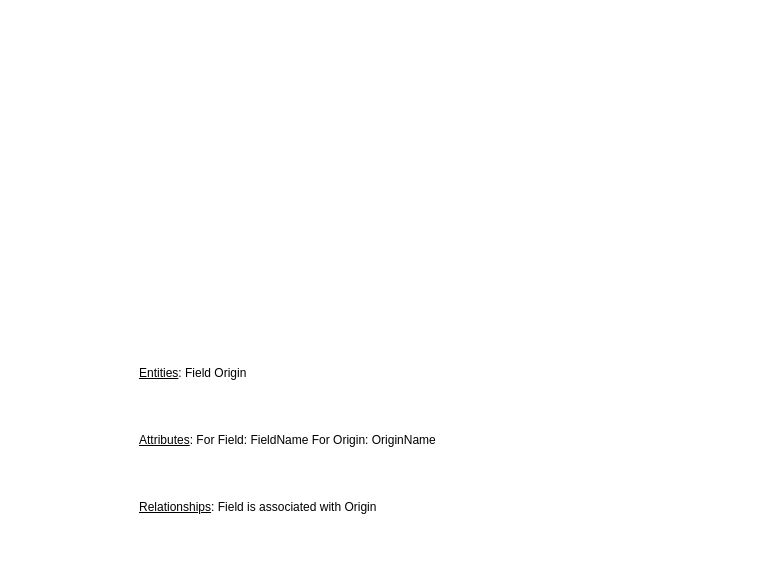
Earlier version of the draw.io diagram Diagramme sans nom.drawio (Madeleine-star/Madeleine-star). Source tidied: cells renumbered, new cells numbered last; positions are measured from the earlier drawing's top-left corner, leaving out a move shared by most shapes. Both pictures are drawn from the tidied source at 100%, with x=0, y=0 at pixel (137, 347).
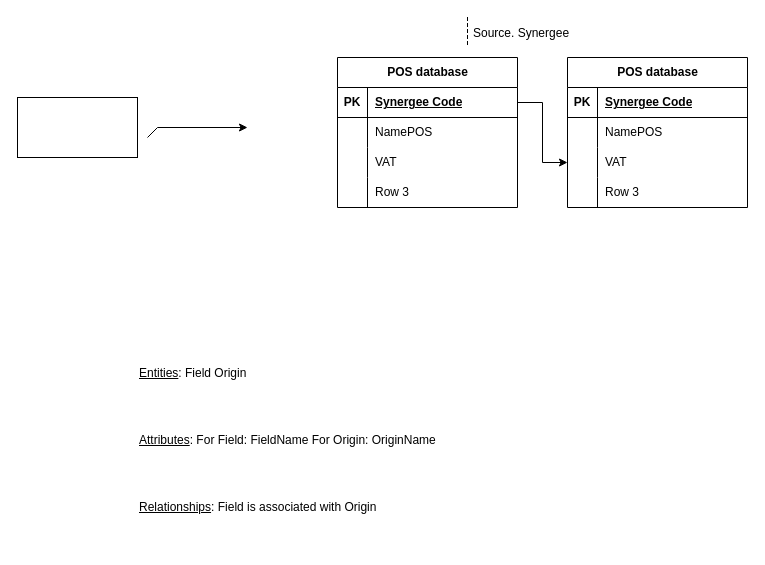
The same diagram, later.

Commit message:
Mettre à jour Diagramme sans nom.drawio

Change to the diagram source:
```diff
@@
+    <mxCell id="3" style="rounded=0;whiteSpace=wrap;html=1;" parent="1" vertex="1">
+      <mxGeometry x="-120" y="-250" width="120" height="60" as="geometry" />
+    </mxCell>
+    <mxCell id="4" style="endArrow=classic;html=1;rounded=0;" parent="1" edge="1">
+      <mxGeometry relative="1" as="geometry">
+        <mxPoint x="10" y="-210" as="sourcePoint" />
+        <mxPoint x="110" y="-220" as="targetPoint" />
+        <Array as="points">
+          <mxPoint x="20" y="-220" />
+        </Array>
+      </mxGeometry>
+    </mxCell>
+    <mxCell id="5" value="POS database" style="shape=table;startSize=30;childLayout=tableLayout;rowLines=0;fontStyle=1;align=center;html=1;" parent="1" vertex="1">
+      <mxGeometry x="200" y="-290" width="180" height="150" as="geometry" />
+    </mxCell>
+    <mxCell id="6" style="shape=tableRow;horizontal=0;startSize=0;swimlaneHead=0;swimlaneBody=0;fillColor=none;points=[[0,0.5],[1,0.5]];portConstraint=eastwest;top=0;left=0;right=0;bottom=1;" parent="5" vertex="1">
+      <mxGeometry y="30" width="180" height="30" as="geometry" />
+    </mxCell>
+    <mxCell id="7" value="PK" style="shape=partialRectangle;fillColor=none;top=0;left=0;bottom=0;right=0;fontStyle=1;overflow=hidden;whiteSpace=wrap;html=1;" parent="6" vertex="1">
+      <mxGeometry width="30" height="30" as="geometry" />
+    </mxCell>
+    <mxCell id="8" value="Synergee Code" style="shape=partialRectangle;fillColor=none;top=0;left=0;bottom=0;right=0;align=left;spacingLeft=6;fontStyle=5;overflow=hidden;whiteSpace=wrap;html=1;" parent="6" vertex="1">
+      <mxGeometry x="30" width="150" height="30" as="geometry" />
+    </mxCell>
+    <mxCell id="9" style="shape=tableRow;horizontal=0;startSize=0;swimlaneHead=0;swimlaneBody=0;fillColor=none;top=0;left=0;right=0;bottom=0;" parent="5" vertex="1">
+      <mxGeometry y="60" width="180" height="30" as="geometry" />
+    </mxCell>
+    <mxCell id="10" style="shape=partialRectangle;fillColor=none;top=0;left=0;bottom=0;right=0;overflow=hidden;whiteSpace=wrap;html=1;" parent="9" vertex="1">
+      <mxGeometry width="30" height="30" as="geometry" />
+    </mxCell>
+    <mxCell id="11" value="NamePOS" style="shape=partialRectangle;fillColor=none;top=0;left=0;bottom=0;right=0;align=left;spacingLeft=6;overflow=hidden;whiteSpace=wrap;html=1;" parent="9" vertex="1">
+      <mxGeometry x="30" width="150" height="30" as="geometry" />
+    </mxCell>
+    <mxCell id="12" style="shape=tableRow;horizontal=0;startSize=0;swimlaneHead=0;swimlaneBody=0;fillColor=none;top=0;left=0;right=0;bottom=0;" parent="5" vertex="1">
+      <mxGeometry y="90" width="180" height="30" as="geometry" />
+    </mxCell>
+    <mxCell id="13" style="shape=partialRectangle;fillColor=none;top=0;left=0;bottom=0;right=0;overflow=hidden;whiteSpace=wrap;html=1;" parent="12" vertex="1">
+      <mxGeometry width="30" height="30" as="geometry" />
+    </mxCell>
+    <mxCell id="14" value="VAT" style="shape=partialRectangle;fillColor=none;top=0;left=0;bottom=0;right=0;align=left;spacingLeft=6;overflow=hidden;whiteSpace=wrap;html=1;" parent="12" vertex="1">
+      <mxGeometry x="30" width="150" height="30" as="geometry" />
+    </mxCell>
+    <mxCell id="15" style="shape=tableRow;horizontal=0;startSize=0;swimlaneHead=0;swimlaneBody=0;fillColor=none;top=0;left=0;right=0;bottom=0;" parent="5" vertex="1">
+      <mxGeometry y="120" width="180" height="30" as="geometry" />
+    </mxCell>
+    <mxCell id="16" style="shape=partialRectangle;fillColor=none;top=0;left=0;bottom=0;right=0;overflow=hidden;whiteSpace=wrap;html=1;" parent="15" vertex="1">
+      <mxGeometry width="30" height="30" as="geometry" />
+    </mxCell>
+    <mxCell id="17" value="Row 3" style="shape=partialRectangle;fillColor=none;top=0;left=0;bottom=0;right=0;align=left;spacingLeft=6;overflow=hidden;whiteSpace=wrap;html=1;" parent="15" vertex="1">
+      <mxGeometry x="30" width="150" height="30" as="geometry" />
+    </mxCell>
+    <mxCell id="18" value="Source. Synergee" style="shape=partialRectangle;fillColor=none;align=left;verticalAlign=middle;strokeColor=none;spacingLeft=34;" parent="1" vertex="1">
+      <mxGeometry x="300" y="-330" width="90" height="30" as="geometry" />
+    </mxCell>
+    <mxCell id="19" style="shape=partialRectangle;top=0;left=0;bottom=0;fillColor=none;stokeWidth=1;dashed=1;align=left;verticalAlign=middle;spacingLeft=4;spacingRight=4;overflow=hidden;" parent="18" vertex="1">
+      <mxGeometry width="30" height="30" as="geometry" />
+    </mxCell>
+    <mxCell id="20" value="POS database" style="shape=table;startSize=30;childLayout=tableLayout;rowLines=0;fontStyle=1;align=center;html=1;" parent="1" vertex="1">
+      <mxGeometry x="430" y="-290" width="180" height="150" as="geometry" />
+    </mxCell>
+    <mxCell id="21" style="shape=tableRow;horizontal=0;startSize=0;swimlaneHead=0;swimlaneBody=0;fillColor=none;top=0;left=0;right=0;bottom=1;" parent="20" vertex="1">
+      <mxGeometry y="30" width="180" height="30" as="geometry" />
+    </mxCell>
+    <mxCell id="22" value="PK" style="shape=partialRectangle;fillColor=none;top=0;left=0;bottom=0;right=0;fontStyle=1;overflow=hidden;whiteSpace=wrap;html=1;" parent="21" vertex="1">
+      <mxGeometry width="30" height="30" as="geometry" />
+    </mxCell>
+    <mxCell id="23" value="Synergee Code" style="shape=partialRectangle;fillColor=none;top=0;left=0;bottom=0;right=0;align=left;spacingLeft=6;fontStyle=5;overflow=hidden;whiteSpace=wrap;html=1;" parent="21" vertex="1">
+      <mxGeometry x="30" width="150" height="30" as="geometry" />
+    </mxCell>
+    <mxCell id="24" style="shape=tableRow;horizontal=0;startSize=0;swimlaneHead=0;swimlaneBody=0;fillColor=none;top=0;left=0;right=0;bottom=0;" parent="20" vertex="1">
+      <mxGeometry y="60" width="180" height="30" as="geometry" />
+    </mxCell>
+    <mxCell id="25" style="shape=partialRectangle;fillColor=none;top=0;left=0;bottom=0;right=0;overflow=hidden;whiteSpace=wrap;html=1;" parent="24" vertex="1">
+      <mxGeometry width="30" height="30" as="geometry" />
+    </mxCell>
+    <mxCell id="26" value="NamePOS" style="shape=partialRectangle;fillColor=none;top=0;left=0;bottom=0;right=0;align=left;spacingLeft=6;overflow=hidden;whiteSpace=wrap;html=1;" parent="24" vertex="1">
+      <mxGeometry x="30" width="150" height="30" as="geometry" />
+    </mxCell>
+    <mxCell id="27" style="shape=tableRow;horizontal=0;startSize=0;swimlaneHead=0;swimlaneBody=0;fillColor=none;points=[[0,0.5],[1,0.5]];portConstraint=eastwest;top=0;left=0;right=0;bottom=0;" parent="20" vertex="1">
+      <mxGeometry y="90" width="180" height="30" as="geometry" />
+    </mxCell>
+    <mxCell id="28" style="shape=partialRectangle;fillColor=none;top=0;left=0;bottom=0;right=0;overflow=hidden;whiteSpace=wrap;html=1;" parent="27" vertex="1">
+      <mxGeometry width="30" height="30" as="geometry" />
+    </mxCell>
+    <mxCell id="29" value="VAT" style="shape=partialRectangle;fillColor=none;top=0;left=0;bottom=0;right=0;align=left;spacingLeft=6;overflow=hidden;whiteSpace=wrap;html=1;" parent="27" vertex="1">
+      <mxGeometry x="30" width="150" height="30" as="geometry" />
+    </mxCell>
+    <mxCell id="30" style="shape=tableRow;horizontal=0;startSize=0;swimlaneHead=0;swimlaneBody=0;fillColor=none;top=0;left=0;right=0;bottom=0;" parent="20" vertex="1">
+      <mxGeometry y="120" width="180" height="30" as="geometry" />
+    </mxCell>
+    <mxCell id="31" style="shape=partialRectangle;fillColor=none;top=0;left=0;bottom=0;right=0;overflow=hidden;whiteSpace=wrap;html=1;" parent="30" vertex="1">
+      <mxGeometry width="30" height="30" as="geometry" />
+    </mxCell>
+    <mxCell id="32" value="Row 3" style="shape=partialRectangle;fillColor=none;top=0;left=0;bottom=0;right=0;align=left;spacingLeft=6;overflow=hidden;whiteSpace=wrap;html=1;" parent="30" vertex="1">
+      <mxGeometry x="30" width="150" height="30" as="geometry" />
+    </mxCell>
+    <mxCell id="33" style="edgeStyle=orthogonalEdgeStyle;rounded=0;jettySize=auto;html=1;exitX=1;exitY=0.5;exitDx=0;exitDy=0;entryX=0;entryY=0.5;entryDx=0;entryDy=0;" parent="1" edge="1" source="6" target="27">
+      <mxGeometry relative="1" as="geometry" />
+    </mxCell>
```
